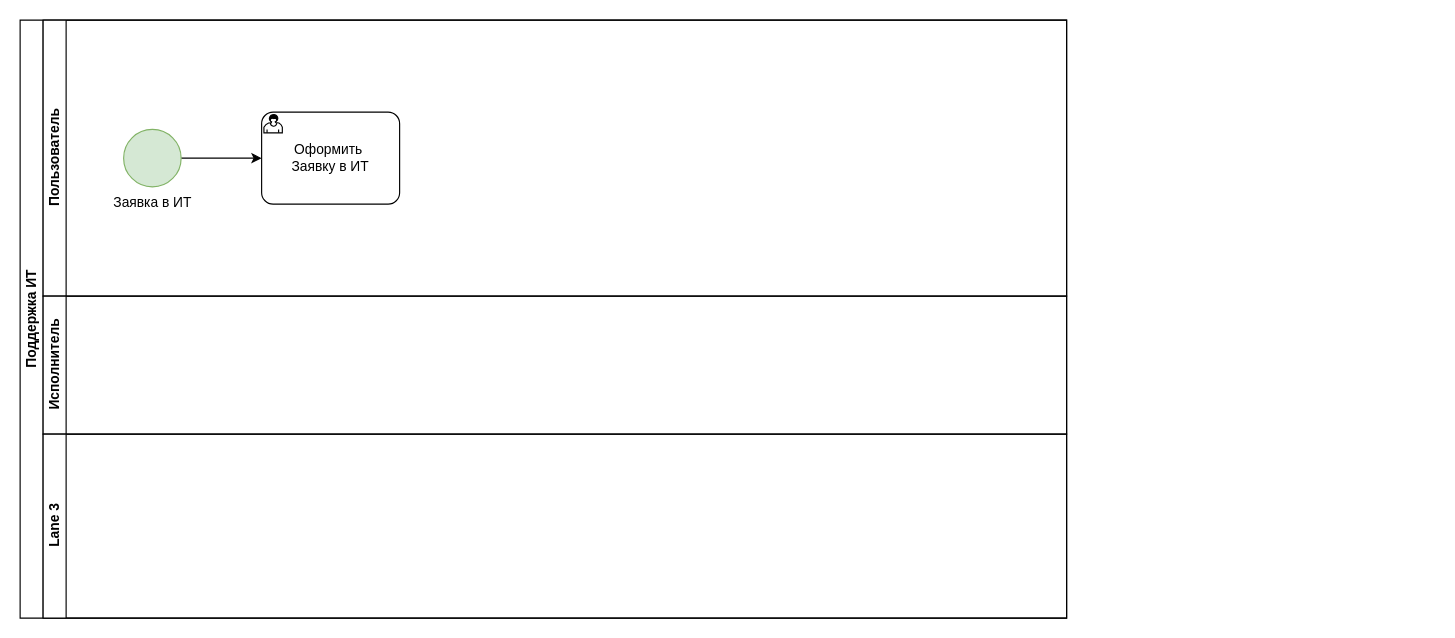
This is Поддержка ИТ.drawio from OlegM161/draw, a draw.io file, before an edit. Source tidied: cells renumbered, new cells numbered last; positions are measured from the earlier drawing's top-left corner, leaving out a move shared by most shapes. Both pictures are drawn from the tidied source at 115%, with x=0, y=0 at pixel (20, 20).
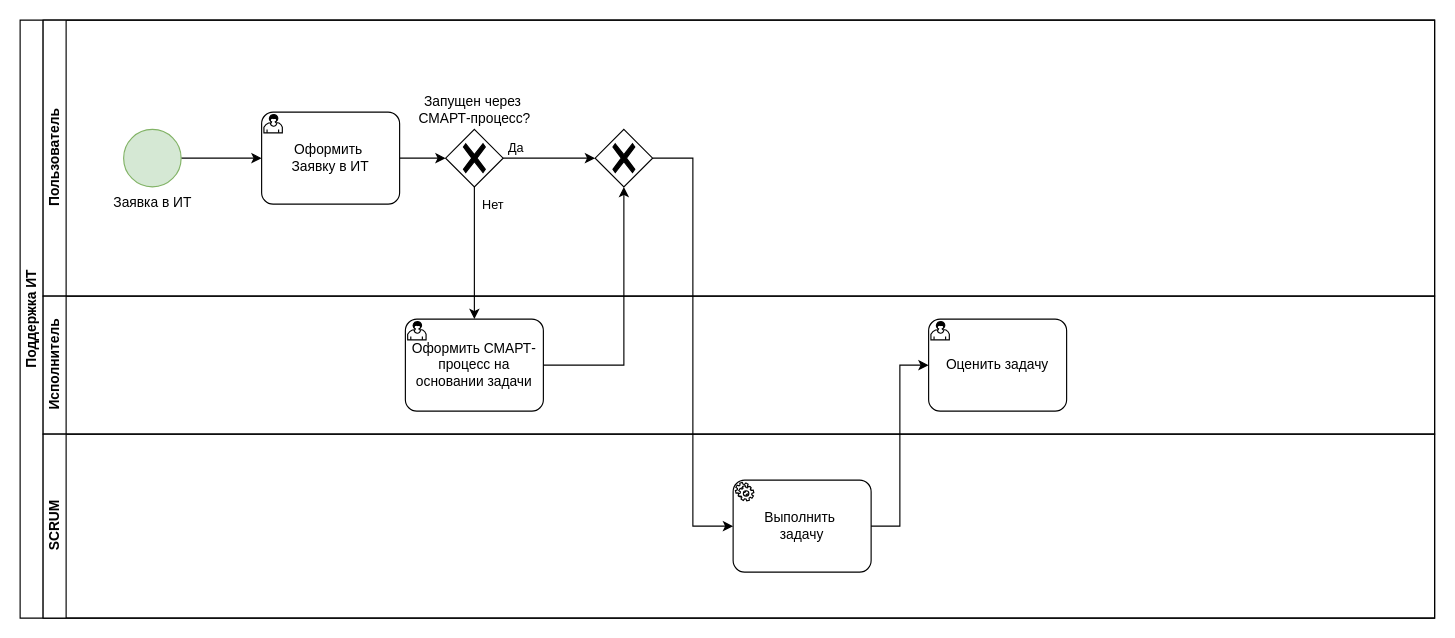
After the change.

The edit, as a diff of the source:
```diff
@@
     <mxCell id="2" value="Поддержка ИТ" style="swimlane;html=1;horizontal=0;startSize=20;whiteSpace=wrap;" parent="1" vertex="1">
-      <mxGeometry width="910" height="520" as="geometry" />
+      <mxGeometry width="1230" height="520" as="geometry" />
     </mxCell>
     <mxCell id="3" value="Пользователь" style="swimlane;html=1;startSize=20;horizontal=0;" parent="2" vertex="1">
-      <mxGeometry x="20" width="890" height="240" as="geometry" />
+      <mxGeometry x="20" width="1210" height="240" as="geometry" />
     </mxCell>
@@
+    <mxCell id="9" style="edgeStyle=orthogonalEdgeStyle;rounded=0;jettySize=auto;html=1;" parent="3" edge="1" source="6" target="12">
+      <mxGeometry relative="1" as="geometry" />
+    </mxCell>
-    <mxCell id="6" value="Оформить&amp;nbsp;&lt;div&gt;Заявку в ИТ&lt;/div&gt;" style="points=[[0.25,0,0],[0.5,0,0],[0.75,0,0],[1,0.25,0],[1,0.5,0],[1,0.75,0],[0.75,1,0],[0.5,1,0],[0.25,1,0],[0,0.75,0],[0,0.5,0],[0,0.25,0]];shape=mxgraph.bpmn.task;whiteSpace=wrap;rectStyle=rounded;size=10;html=1;taskMarker=user;" parent="3" vertex="1">
+    <mxCell id="6" value="Оформить&amp;nbsp;&lt;div style=&quot;font-size: 12px;&quot;&gt;Заявку в ИТ&lt;/div&gt;" style="points=[[0.25,0,0],[0.5,0,0],[0.75,0,0],[1,0.25,0],[1,0.5,0],[1,0.75,0],[0.75,1,0],[0.5,1,0],[0.25,1,0],[0,0.75,0],[0,0.5,0],[0,0.25,0]];shape=mxgraph.bpmn.task;whiteSpace=wrap;rectStyle=rounded;size=10;html=1;taskMarker=user;fontSize=12;" parent="3" vertex="1">
       <mxGeometry x="190" y="80" width="120" height="80" as="geometry" />
     </mxCell>
+    <mxCell id="10" style="edgeStyle=orthogonalEdgeStyle;rounded=0;jettySize=auto;html=1;" parent="3" edge="1" source="12" target="13">
+      <mxGeometry relative="1" as="geometry" />
+    </mxCell>
+    <mxCell id="11" value="Да" style="edgeLabel;html=1;align=center;verticalAlign=middle;" parent="10" vertex="1">
+      <mxGeometry x="-0.24" y="2" relative="1" as="geometry">
+        <mxPoint x="-20" y="-8" as="offset" />
+      </mxGeometry>
+    </mxCell>
+    <mxCell id="12" value="&lt;font style=&quot;font-size: 12px;&quot;&gt;Запущен через&amp;nbsp;&lt;/font&gt;&lt;div style=&quot;&quot;&gt;&lt;font style=&quot;font-size: 12px;&quot;&gt;СМАРТ-процесс?&lt;/font&gt;&lt;/div&gt;" style="points=[[0.25,0.25,0],[0.5,0,0],[0.75,0.25,0],[1,0.5,0],[0.75,0.75,0],[0.5,1,0],[0.25,0.75,0],[0,0.5,0]];shape=mxgraph.bpmn.gateway2;html=1;verticalLabelPosition=top;labelBackgroundColor=#ffffff;verticalAlign=bottom;align=center;perimeter=rhombusPerimeter;outlineConnect=0;outline=none;symbol=none;gwType=exclusive;labelPosition=center;" parent="3" vertex="1">
+      <mxGeometry x="350" y="95" width="50" height="50" as="geometry" />
+    </mxCell>
+    <mxCell id="13" style="points=[[0.25,0.25,0],[0.5,0,0],[0.75,0.25,0],[1,0.5,0],[0.75,0.75,0],[0.5,1,0],[0.25,0.75,0],[0,0.5,0]];shape=mxgraph.bpmn.gateway2;html=1;verticalLabelPosition=top;labelBackgroundColor=#ffffff;verticalAlign=bottom;align=center;perimeter=rhombusPerimeter;outlineConnect=0;outline=none;symbol=none;gwType=exclusive;labelPosition=center;" parent="3" vertex="1">
+      <mxGeometry x="480" y="95" width="50" height="50" as="geometry" />
+    </mxCell>
     <mxCell id="7" value="Исполнитель" style="swimlane;html=1;startSize=20;horizontal=0;" parent="2" vertex="1">
-      <mxGeometry x="20" y="240" width="890" height="120" as="geometry" />
+      <mxGeometry x="20" y="240" width="1210" height="120" as="geometry" />
     </mxCell>
+    <mxCell id="14" value="Оформить СМАРТ-процесс на основании задачи" style="points=[[0.25,0,0],[0.5,0,0],[0.75,0,0],[1,0.25,0],[1,0.5,0],[1,0.75,0],[0.75,1,0],[0.5,1,0],[0.25,1,0],[0,0.75,0],[0,0.5,0],[0,0.25,0]];shape=mxgraph.bpmn.task;whiteSpace=wrap;rectStyle=rounded;size=10;html=1;taskMarker=user;fontSize=12;" parent="7" vertex="1">
+      <mxGeometry x="315" y="20" width="120" height="80" as="geometry" />
+    </mxCell>
+    <mxCell id="15" value="Оценить задачу" style="points=[[0.25,0,0],[0.5,0,0],[0.75,0,0],[1,0.25,0],[1,0.5,0],[1,0.75,0],[0.75,1,0],[0.5,1,0],[0.25,1,0],[0,0.75,0],[0,0.5,0],[0,0.25,0]];shape=mxgraph.bpmn.task;whiteSpace=wrap;rectStyle=rounded;size=10;html=1;taskMarker=user;" parent="7" vertex="1">
+      <mxGeometry x="770" y="20" width="120" height="80" as="geometry" />
+    </mxCell>
-    <mxCell id="8" value="Lane 3" style="swimlane;html=1;startSize=20;horizontal=0;" parent="2" vertex="1">
-      <mxGeometry x="20" y="360" width="890" height="160" as="geometry" />
+    <mxCell id="8" value="SCRUM" style="swimlane;html=1;startSize=20;horizontal=0;" parent="2" vertex="1">
+      <mxGeometry x="20" y="360" width="1210" height="160" as="geometry" />
     </mxCell>
+    <mxCell id="16" value="Выполнить&amp;nbsp;&lt;div&gt;задачу&lt;/div&gt;" style="points=[[0.25,0,0],[0.5,0,0],[0.75,0,0],[1,0.25,0],[1,0.5,0],[1,0.75,0],[0.75,1,0],[0.5,1,0],[0.25,1,0],[0,0.75,0],[0,0.5,0],[0,0.25,0]];shape=mxgraph.bpmn.task;whiteSpace=wrap;rectStyle=rounded;size=10;html=1;taskMarker=service;" parent="8" vertex="1">
+      <mxGeometry x="600" y="40" width="120" height="80" as="geometry" />
+    </mxCell>
+    <mxCell id="17" style="edgeStyle=orthogonalEdgeStyle;rounded=0;jettySize=auto;html=1;entryX=0.5;entryY=0;entryDx=0;entryDy=0;entryPerimeter=0;" parent="2" edge="1" source="12" target="14">
+      <mxGeometry relative="1" as="geometry" />
+    </mxCell>
+    <mxCell id="18" value="Нет" style="edgeLabel;html=1;align=center;verticalAlign=middle;" parent="17" vertex="1">
+      <mxGeometry x="-0.16" y="2" relative="1" as="geometry">
+        <mxPoint x="13" y="-33" as="offset" />
+      </mxGeometry>
+    </mxCell>
+    <mxCell id="19" style="edgeStyle=orthogonalEdgeStyle;rounded=0;jettySize=auto;html=1;entryX=0.5;entryY=1;entryDx=0;entryDy=0;entryPerimeter=0;" parent="2" edge="1" source="14" target="13">
+      <mxGeometry relative="1" as="geometry" />
+    </mxCell>
+    <mxCell id="20" style="edgeStyle=orthogonalEdgeStyle;rounded=0;jettySize=auto;html=1;entryX=0;entryY=0.5;entryDx=0;entryDy=0;entryPerimeter=0;" parent="2" edge="1" source="13" target="16">
+      <mxGeometry relative="1" as="geometry" />
+    </mxCell>
+    <mxCell id="21" style="edgeStyle=orthogonalEdgeStyle;rounded=0;jettySize=auto;html=1;entryX=0;entryY=0.5;entryDx=0;entryDy=0;entryPerimeter=0;" parent="2" edge="1" source="16" target="15">
+      <mxGeometry relative="1" as="geometry" />
+    </mxCell>
```
